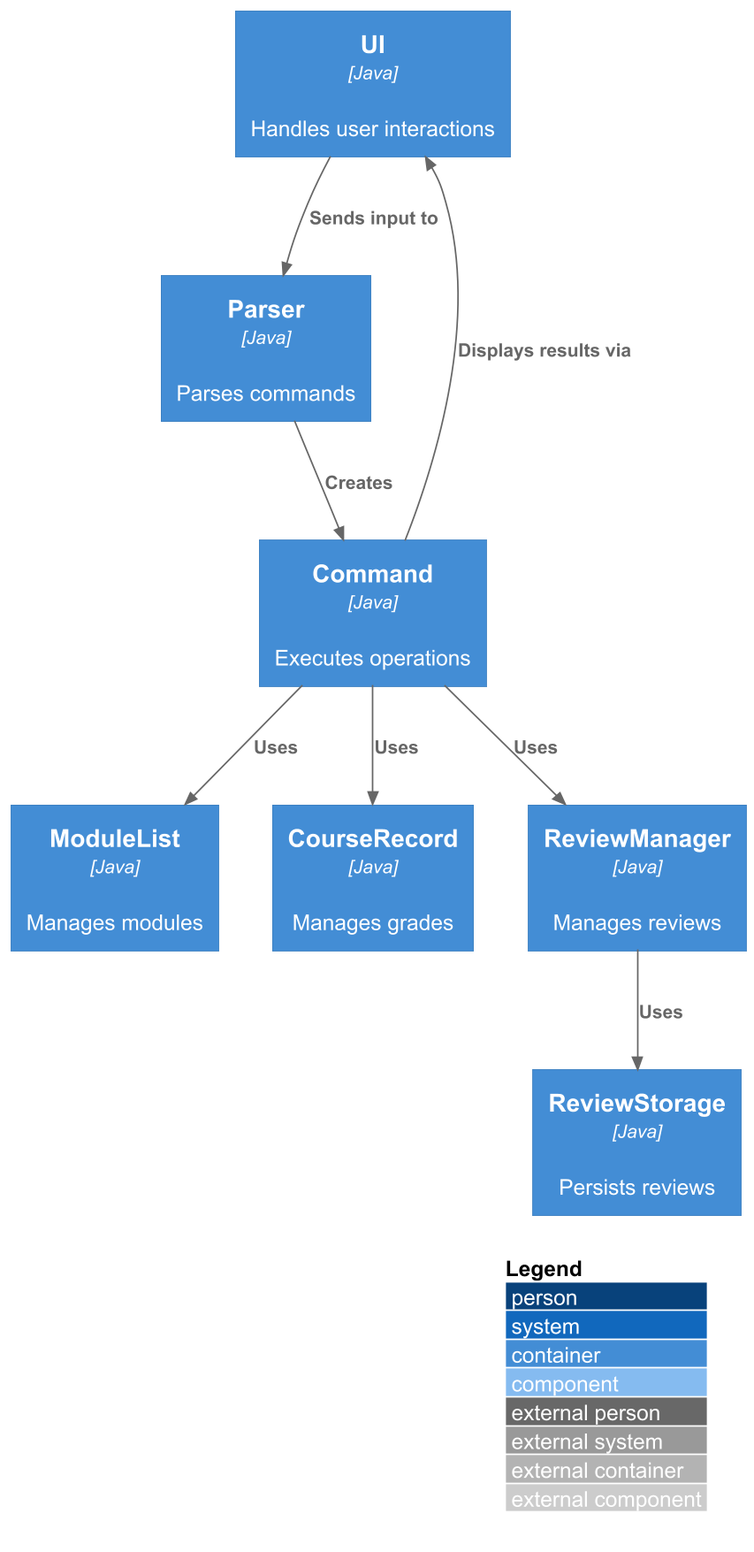
AY2526S1-CS2113-T10-3/tp keeps this PlantUML diagram as docs/diagrams/ArchitectureOverview.png. Above is the earlier version. Its source is kept beside it as docs/diagrams/ArchitectureOverview.puml.
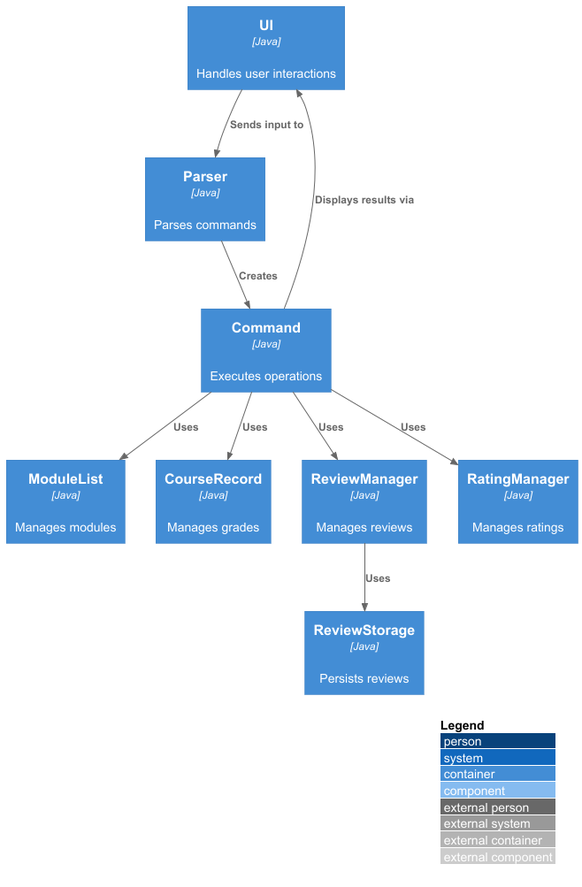
Above is the later version.

Commit message:
Update: improved architecture

Change to the diagram source:
```diff
@@ -1,7 +1,9 @@
 @startuml
 !include https://raw.githubusercontent.com/plantuml-stdlib/C4-PlantUML/master/C4_Component.puml
 
+
 LAYOUT_WITH_LEGEND()
+
 
 Container(ui, "UI", "Java", "Handles user interactions")
 Container(parser, "Parser", "Java", "Parses commands")
@@ -10,6 +12,8 @@
 Container(courseRecord, "CourseRecord", "Java", "Manages grades")
 Container(reviewManager, "ReviewManager", "Java", "Manages reviews")
 Container(storage, "ReviewStorage", "Java", "Persists reviews")
+Container(ratingManager, "RatingManager", "Java", "Manages ratings")
+
 
 Rel(ui, parser, "Sends input to")
 Rel(parser, command, "Creates")
@@ -18,5 +22,6 @@
 Rel(command, reviewManager, "Uses")
 Rel(reviewManager, storage, "Uses")
 Rel(command, ui, "Displays results via")
+Rel(command, ratingManager, "Uses")
 
 @enduml
```
